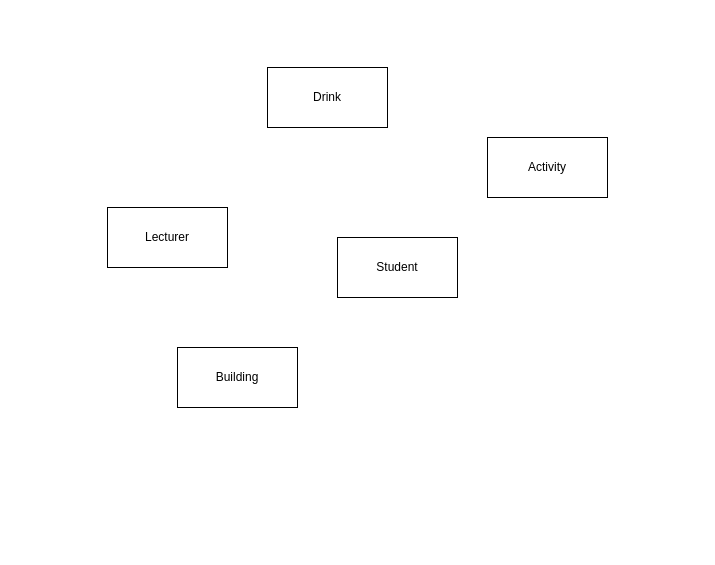
Earlier version of the draw.io diagram DatabasesERDdiagram.drawio (tnb1604/DatabasesProject). Source tidied: cells renumbered, new cells numbered last; positions are measured from the earlier drawing's top-left corner, leaving out a move shared by most shapes. Both pictures are drawn from the tidied source at 100%, with x=0, y=0 at pixel (107, 67).
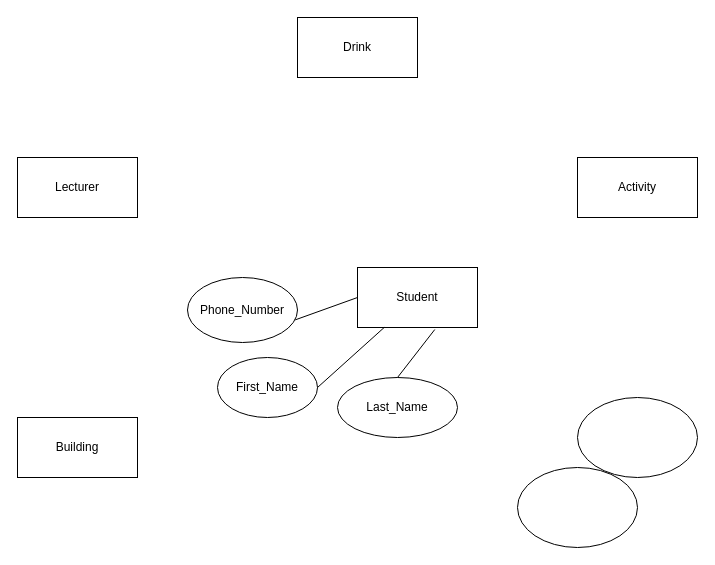
The same page after the edit.

What changed in the source:
```diff
@@
 <mxGraphModel>
   <root>
     <mxCell id="0" />
     <mxCell id="1" parent="0" />
     <mxCell id="2" value="Student" style="rounded=0;whiteSpace=wrap;html=1;" parent="1" vertex="1">
-      <mxGeometry x="230" y="170" width="120" height="60" as="geometry" />
+      <mxGeometry x="250" y="200" width="120" height="60" as="geometry" />
     </mxCell>
     <mxCell id="3" value="Lecturer" style="rounded=0;whiteSpace=wrap;html=1;" parent="1" vertex="1">
-      <mxGeometry y="140" width="120" height="60" as="geometry" />
+      <mxGeometry x="-90" y="90" width="120" height="60" as="geometry" />
     </mxCell>
     <mxCell id="4" value="Activity" style="rounded=0;whiteSpace=wrap;html=1;" parent="1" vertex="1">
-      <mxGeometry x="380" y="70" width="120" height="60" as="geometry" />
+      <mxGeometry x="470" y="90" width="120" height="60" as="geometry" />
     </mxCell>
     <mxCell id="5" value="Building" style="rounded=0;whiteSpace=wrap;html=1;" parent="1" vertex="1">
-      <mxGeometry x="70" y="280" width="120" height="60" as="geometry" />
+      <mxGeometry x="-90" y="350" width="120" height="60" as="geometry" />
     </mxCell>
     <mxCell id="6" value="Drink" style="rounded=0;whiteSpace=wrap;html=1;" parent="1" vertex="1">
-      <mxGeometry x="160" width="120" height="60" as="geometry" />
+      <mxGeometry x="190" y="-50" width="120" height="60" as="geometry" />
     </mxCell>
+    <mxCell id="7" value="Last_Name" style="ellipse;whiteSpace=wrap;html=1;" parent="1" vertex="1">
+      <mxGeometry x="230" y="310" width="120" height="60" as="geometry" />
+    </mxCell>
+    <mxCell id="8" value="Phone_Number" style="ellipse;whiteSpace=wrap;html=1;" parent="1" vertex="1">
+      <mxGeometry x="80" y="210" width="110" height="65" as="geometry" />
+    </mxCell>
+    <mxCell id="9" style="ellipse;whiteSpace=wrap;html=1;" parent="1" vertex="1">
+      <mxGeometry x="410" y="400" width="120" height="80" as="geometry" />
+    </mxCell>
+    <mxCell id="10" style="ellipse;whiteSpace=wrap;html=1;" parent="1" vertex="1">
+      <mxGeometry x="470" y="330" width="120" height="80" as="geometry" />
+    </mxCell>
+    <mxCell id="11" value="First_Name" style="ellipse;whiteSpace=wrap;html=1;" parent="1" vertex="1">
+      <mxGeometry x="110" y="290" width="100" height="60" as="geometry" />
+    </mxCell>
+    <mxCell id="12" style="endArrow=none;html=1;rounded=0;entryX=0.644;entryY=1.034;entryDx=0;entryDy=0;entryPerimeter=0;exitX=0.5;exitY=0;exitDx=0;exitDy=0;" parent="1" edge="1" source="7" target="2">
+      <mxGeometry relative="1" as="geometry" />
+    </mxCell>
+    <mxCell id="13" style="endArrow=none;html=1;rounded=0;exitX=1;exitY=0.5;exitDx=0;exitDy=0;" parent="1" edge="1" source="11" target="2">
+      <mxGeometry relative="1" as="geometry" />
+    </mxCell>
+    <mxCell id="14" style="endArrow=none;html=1;rounded=0;entryX=0;entryY=0.5;entryDx=0;entryDy=0;exitX=0.979;exitY=0.652;exitDx=0;exitDy=0;exitPerimeter=0;" parent="1" edge="1" source="8" target="2">
+      <mxGeometry relative="1" as="geometry" />
+    </mxCell>
   </root>
 </mxGraphModel>
```
